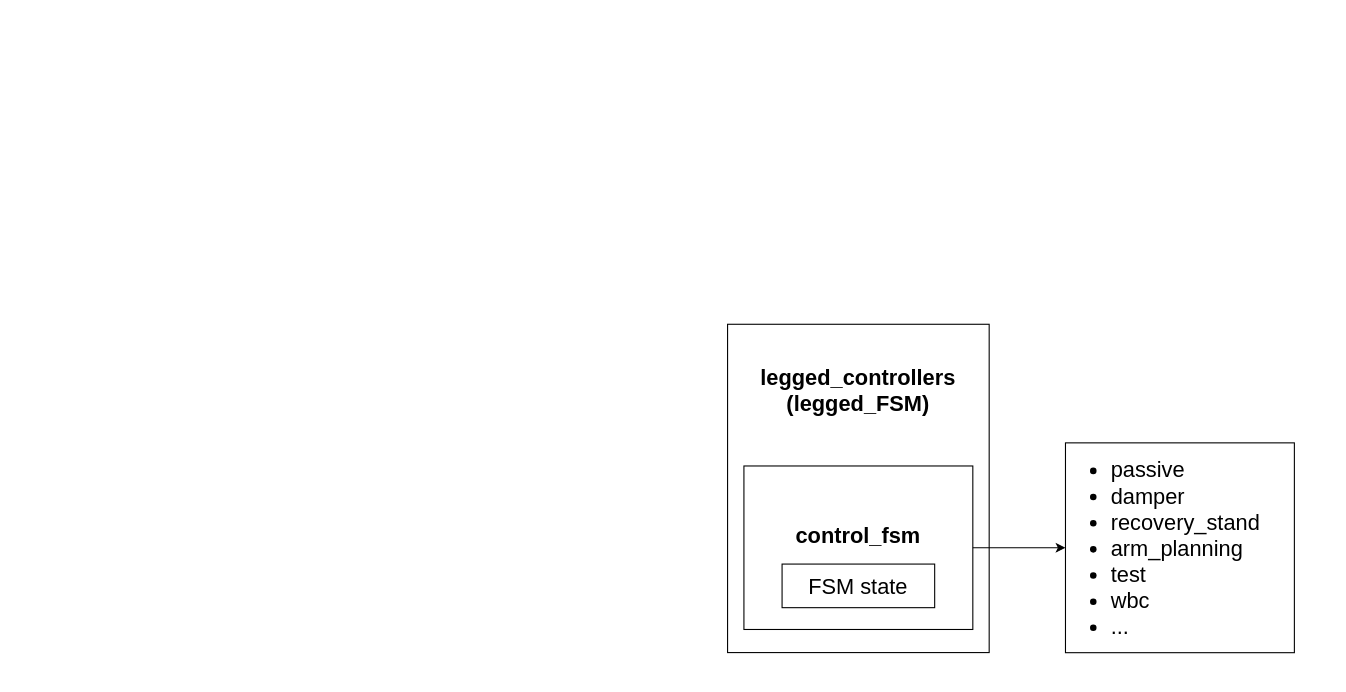
This is page "架构" (5 of 5) of drawio/figure_workshop.drawio from gywhitel/Image-Warehouse, a draw.io file, before an edit. Source tidied: cells renumbered, new cells numbered last; positions are measured from the earlier drawing's top-left corner, leaving out a move shared by most shapes. Both pictures are drawn from the tidied source at 109%, with x=0, y=0 at pixel (727, 324).
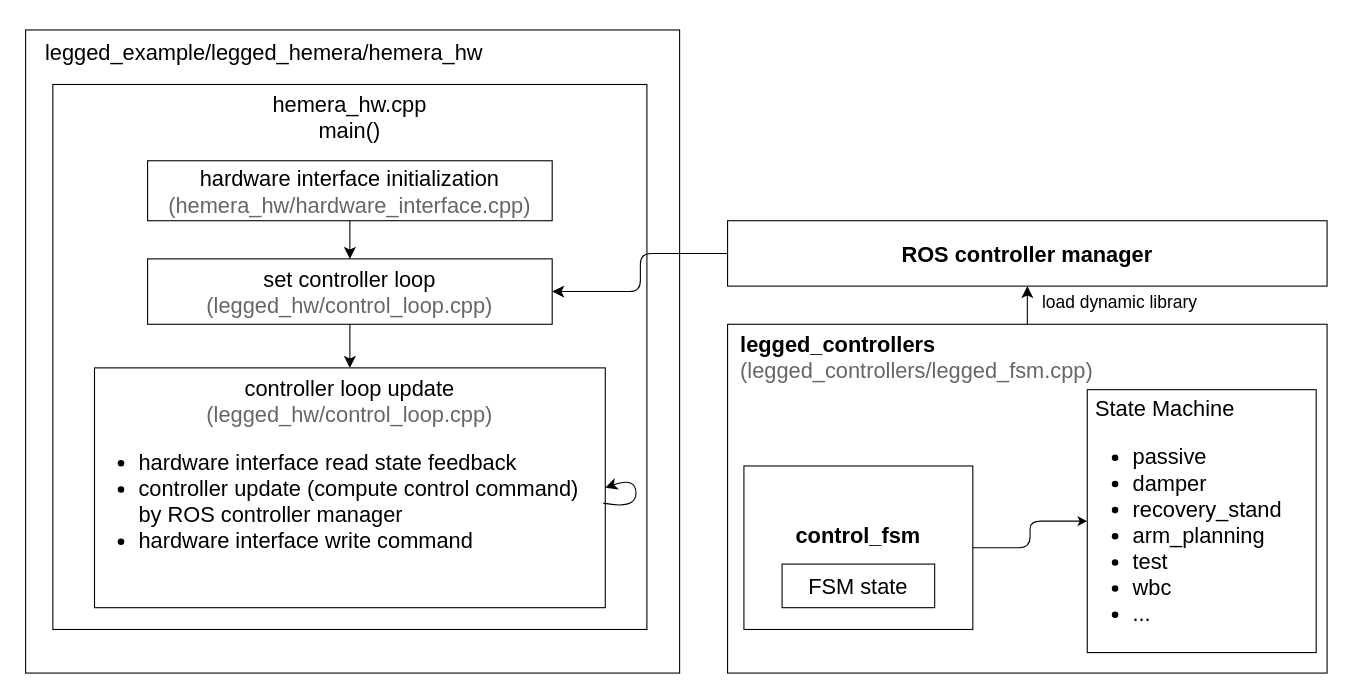
The same page after the edit.

The change refers to these unchanged cells:
```xml
<mxCell id="5" value="control_fsm&lt;br&gt;&lt;br&gt;" style="text;html=1;strokeColor=default;fillColor=none;align=center;verticalAlign=middle;whiteSpace=wrap;rounded=0;fontSize=20;fontStyle=1;" parent="1" vertex="1">
  <mxGeometry x="15" y="130" width="210" height="150" as="geometry" />
</mxCell>
```

What changed in the source:
```diff
@@
+    <mxCell id="8" style="rounded=0;whiteSpace=wrap;html=1;fontSize=16;" parent="1" vertex="1">
+      <mxGeometry x="-644" y="-270" width="600" height="590" as="geometry" />
+    </mxCell>
+    <mxCell id="9" style="edgeStyle=none;curved=1;rounded=0;jettySize=auto;html=1;entryX=0.5;entryY=1;entryDx=0;entryDy=0;fontSize=12;startSize=8;endSize=8;" parent="1" edge="1" source="2" target="19">
+      <mxGeometry relative="1" as="geometry" />
+    </mxCell>
     <mxCell id="2" style="rounded=0;whiteSpace=wrap;html=1;" parent="1" vertex="1">
-      <mxGeometry width="240" height="301.2" as="geometry" />
+      <mxGeometry width="550" height="320" as="geometry" />
     </mxCell>
-    <mxCell id="3" value="legged_controllers&lt;br&gt;(legged_FSM)" style="text;html=1;strokeColor=none;fillColor=none;align=center;verticalAlign=middle;whiteSpace=wrap;rounded=0;fontSize=20;fontStyle=1;" parent="1" vertex="1">
-      <mxGeometry x="15" width="210" height="120" as="geometry" />
+    <mxCell id="3" value="legged_controllers&lt;br&gt;&lt;span style=&quot;font-weight: normal;&quot;&gt;&lt;font color=&quot;#666666&quot;&gt;(legged_controllers/legged_fsm.cpp)&lt;/font&gt;&lt;/span&gt;" style="text;html=1;strokeColor=none;fillColor=none;align=left;verticalAlign=middle;whiteSpace=wrap;rounded=0;fontSize=20;fontStyle=1;" parent="1" vertex="1">
+      <mxGeometry x="10" width="340" height="60" as="geometry" />
     </mxCell>
-    <mxCell id="4" style="edgeStyle=orthogonalEdgeStyle;rounded=0;jettySize=auto;html=1;" parent="1" edge="1" source="5" target="6">
+    <mxCell id="4" style="edgeStyle=orthogonalEdgeStyle;rounded=1;jettySize=auto;html=1;curved=0;" parent="1" edge="1" source="5" target="6">
       <mxGeometry relative="1" as="geometry" />
     </mxCell>
@@
-    <mxCell id="6" value="&lt;ul style=&quot;font-size: 20px;&quot;&gt;&lt;li style=&quot;font-size: 20px;&quot;&gt;passive&lt;/li&gt;&lt;li style=&quot;font-size: 20px;&quot;&gt;damper&lt;/li&gt;&lt;li style=&quot;font-size: 20px;&quot;&gt;recovery_stand&lt;/li&gt;&lt;li style=&quot;font-size: 20px;&quot;&gt;arm_planning&lt;/li&gt;&lt;li style=&quot;font-size: 20px;&quot;&gt;test&lt;/li&gt;&lt;li style=&quot;font-size: 20px;&quot;&gt;wbc&lt;/li&gt;&lt;li style=&quot;font-size: 20px;&quot;&gt;...&lt;/li&gt;&lt;/ul&gt;" style="text;html=1;strokeColor=default;fillColor=none;align=left;verticalAlign=middle;whiteSpace=wrap;rounded=0;fontSize=20;" parent="1" vertex="1">
-      <mxGeometry x="310" y="108.8" width="210" height="192.5" as="geometry" />
+    <mxCell id="6" value="&lt;div&gt;&amp;nbsp;State Machine&lt;/div&gt;&lt;ul style=&quot;font-size: 20px;&quot;&gt;&lt;li style=&quot;font-size: 20px;&quot;&gt;passive&lt;/li&gt;&lt;li style=&quot;font-size: 20px;&quot;&gt;damper&lt;/li&gt;&lt;li style=&quot;font-size: 20px;&quot;&gt;recovery_stand&lt;/li&gt;&lt;li style=&quot;font-size: 20px;&quot;&gt;arm_planning&lt;/li&gt;&lt;li style=&quot;font-size: 20px;&quot;&gt;test&lt;/li&gt;&lt;li style=&quot;font-size: 20px;&quot;&gt;wbc&lt;/li&gt;&lt;li style=&quot;font-size: 20px;&quot;&gt;...&lt;/li&gt;&lt;/ul&gt;" style="text;html=1;strokeColor=default;fillColor=none;align=left;verticalAlign=middle;whiteSpace=wrap;rounded=0;fontSize=20;" parent="1" vertex="1">
+      <mxGeometry x="330" y="60" width="210" height="241.2" as="geometry" />
     </mxCell>
@@
+    <mxCell id="10" value="legged_example/legged_hemera/hemera_hw" style="text;html=1;strokeColor=none;fillColor=none;align=center;verticalAlign=middle;whiteSpace=wrap;rounded=0;fontSize=20;" parent="1" vertex="1">
+      <mxGeometry x="-650" y="-280" width="450" height="60" as="geometry" />
+    </mxCell>
+    <mxCell id="11" value="hemera_hw.cpp&lt;br&gt;main()" style="text;html=1;strokeColor=default;fillColor=none;align=center;verticalAlign=top;whiteSpace=wrap;rounded=0;fontSize=20;" parent="1" vertex="1">
+      <mxGeometry x="-619" y="-220" width="545" height="500" as="geometry" />
+    </mxCell>
+    <mxCell id="12" style="edgeStyle=none;curved=1;rounded=0;jettySize=auto;html=1;entryX=0.5;entryY=0;entryDx=0;entryDy=0;fontSize=12;startSize=8;endSize=8;" parent="1" edge="1" source="13" target="15">
+      <mxGeometry relative="1" as="geometry" />
+    </mxCell>
+    <mxCell id="13" value="hardware interface initialization&lt;br&gt;&lt;font color=&quot;#666666&quot;&gt;(hemera_hw/hardware_interface.cpp)&lt;/font&gt;" style="text;html=1;strokeColor=default;fillColor=none;align=center;verticalAlign=middle;whiteSpace=wrap;rounded=0;fontSize=20;" parent="1" vertex="1">
+      <mxGeometry x="-532.1" y="-150" width="371.2" height="55" as="geometry" />
+    </mxCell>
+    <mxCell id="14" style="edgeStyle=none;curved=1;rounded=0;jettySize=auto;html=1;entryX=0.5;entryY=0;entryDx=0;entryDy=0;fontSize=12;startSize=8;endSize=8;" parent="1" edge="1" source="15" target="16">
+      <mxGeometry relative="1" as="geometry" />
+    </mxCell>
+    <mxCell id="15" value="set controller loop&lt;br&gt;&lt;font color=&quot;#666666&quot;&gt;(legged_hw/control_loop.cpp)&lt;/font&gt;" style="text;html=1;strokeColor=default;fillColor=none;align=center;verticalAlign=top;whiteSpace=wrap;rounded=0;fontSize=20;" parent="1" vertex="1">
+      <mxGeometry x="-532.1" y="-60" width="371.2" height="60" as="geometry" />
+    </mxCell>
+    <mxCell id="16" value="controller loop update&lt;br&gt;&lt;font color=&quot;#666666&quot;&gt;(legged_hw/control_loop.cpp)&lt;/font&gt;&lt;br&gt;&lt;ul style=&quot;&quot;&gt;&lt;li style=&quot;text-align: left;&quot;&gt;&lt;font style=&quot;&quot;&gt;hardware interface read state feedback&lt;/font&gt;&lt;/li&gt;&lt;li style=&quot;text-align: left;&quot;&gt;controller update (compute control command) by ROS controller manager&lt;/li&gt;&lt;li style=&quot;text-align: left;&quot;&gt;&lt;font style=&quot;&quot;&gt;hardware interface write command&lt;/font&gt;&lt;/li&gt;&lt;/ul&gt;" style="text;html=1;strokeColor=default;fillColor=none;align=center;verticalAlign=top;whiteSpace=wrap;rounded=0;fontSize=20;" parent="1" vertex="1">
+      <mxGeometry x="-580.8" y="40" width="468.6" height="220" as="geometry" />
+    </mxCell>
+    <mxCell id="17" style="curved=1;endArrow=classic;html=1;rounded=0;fontSize=12;startSize=8;endSize=8;exitX=0.996;exitY=0.564;exitDx=0;exitDy=0;entryX=1;entryY=0.5;entryDx=0;entryDy=0;exitPerimeter=0;" parent="1" edge="1" source="16" target="16">
+      <mxGeometry relative="1" as="geometry">
+        <Array as="points">
+          <mxPoint x="-84" y="170" />
+          <mxPoint x="-84" y="140" />
+        </Array>
+      </mxGeometry>
+    </mxCell>
+    <mxCell id="18" style="edgeStyle=none;curved=0;rounded=1;jettySize=auto;html=1;entryX=1;entryY=0.5;entryDx=0;entryDy=0;fontSize=12;startSize=8;endSize=8;exitX=0;exitY=0.5;exitDx=0;exitDy=0;" parent="1" edge="1" source="19" target="15">
+      <mxGeometry relative="1" as="geometry">
+        <Array as="points">
+          <mxPoint x="-80" y="-65" />
+          <mxPoint x="-80" y="-30" />
+        </Array>
+      </mxGeometry>
+    </mxCell>
+    <mxCell id="19" value="ROS controller manager" style="text;html=1;strokeColor=default;fillColor=none;align=center;verticalAlign=middle;whiteSpace=wrap;rounded=0;fontSize=20;fontStyle=1;" parent="1" vertex="1">
+      <mxGeometry y="-95" width="550" height="60" as="geometry" />
+    </mxCell>
+    <mxCell id="20" value="load dynamic library" style="text;html=1;strokeColor=none;fillColor=none;align=center;verticalAlign=middle;whiteSpace=wrap;rounded=0;fontSize=16;" parent="1" vertex="1">
+      <mxGeometry x="270" y="-30" width="180" height="20" as="geometry" />
+    </mxCell>
```
